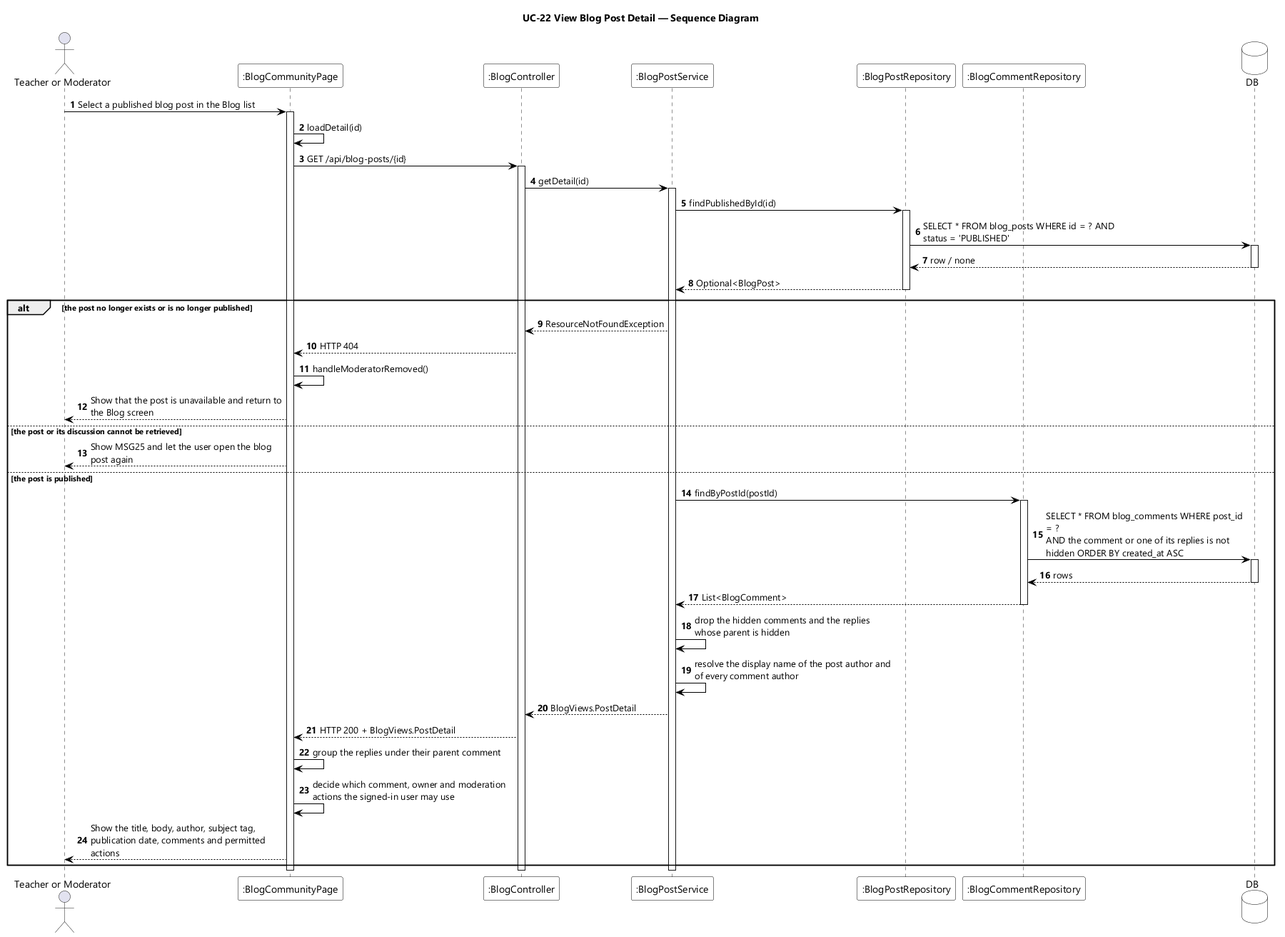
Above: designs/sds-diagrams/uc22/uc22-sequence-diagram.png in EduA-system/EduA-system (PlantUML), before the change. The source it was exported from:
```plantuml
@startuml UC-22 View Blog Post Detail - Sequence Diagram
skinparamlocked dpi 96
skinparam defaultFontName "Segoe UI"
skinparam shadowing false
skinparam ParticipantBackgroundColor #FFFFFF
skinparam ParticipantBorderColor #000000
skinparam DatabaseBackgroundColor #FFFFFF
skinparam DatabaseBorderColor #000000
skinparam ArrowColor #000000
skinparam sequenceMessageAlign left
skinparam maxMessageSize 280
title UC-22 View Blog Post Detail — Sequence Diagram

actor "Teacher or Moderator" as User
participant ":BlogCommunityPage" as UI
participant ":BlogController" as CTL
participant ":BlogPostService" as SVC
participant ":BlogPostRepository" as POSTS
participant ":BlogCommentRepository" as COMMENTS
database DB

autonumber
User -> UI : Select a published blog post in the Blog list
activate UI
UI -> UI : loadDetail(id)
UI -> CTL : GET /api/blog-posts/{id}
activate CTL
CTL -> SVC : getDetail(id)
activate SVC
SVC -> POSTS : findPublishedById(id)
activate POSTS
POSTS -> DB : SELECT * FROM blog_posts WHERE id = ? AND status = 'PUBLISHED'
activate DB
DB --> POSTS : row / none
deactivate DB
POSTS --> SVC : Optional<BlogPost>
deactivate POSTS

alt the post no longer exists or is no longer published
  SVC --> CTL : ResourceNotFoundException
  CTL --> UI : HTTP 404
  UI -> UI : handleModeratorRemoved()
  UI --> User : Show that the post is unavailable and return to the Blog screen

else the post or its discussion cannot be retrieved
  UI --> User : Show MSG25 and let the user open the blog post again

else the post is published
  SVC -> COMMENTS : findByPostId(postId)
  activate COMMENTS
  COMMENTS -> DB : SELECT * FROM blog_comments WHERE post_id = ?\nAND the comment or one of its replies is not hidden ORDER BY created_at ASC
  activate DB
  DB --> COMMENTS : rows
  deactivate DB
  COMMENTS --> SVC : List<BlogComment>
  deactivate COMMENTS
  SVC -> SVC : drop the hidden comments and the replies whose parent is hidden
  SVC -> SVC : resolve the display name of the post author and of every comment author
  SVC --> CTL : BlogViews.PostDetail
  CTL --> UI : HTTP 200 + BlogViews.PostDetail
  UI -> UI : group the replies under their parent comment
  UI -> UI : decide which comment, owner and moderation actions the signed-in user may use
  UI --> User : Show the title, body, author, subject tag, publication date, comments and permitted actions
end
deactivate SVC
deactivate CTL
deactivate UI
@enduml
```
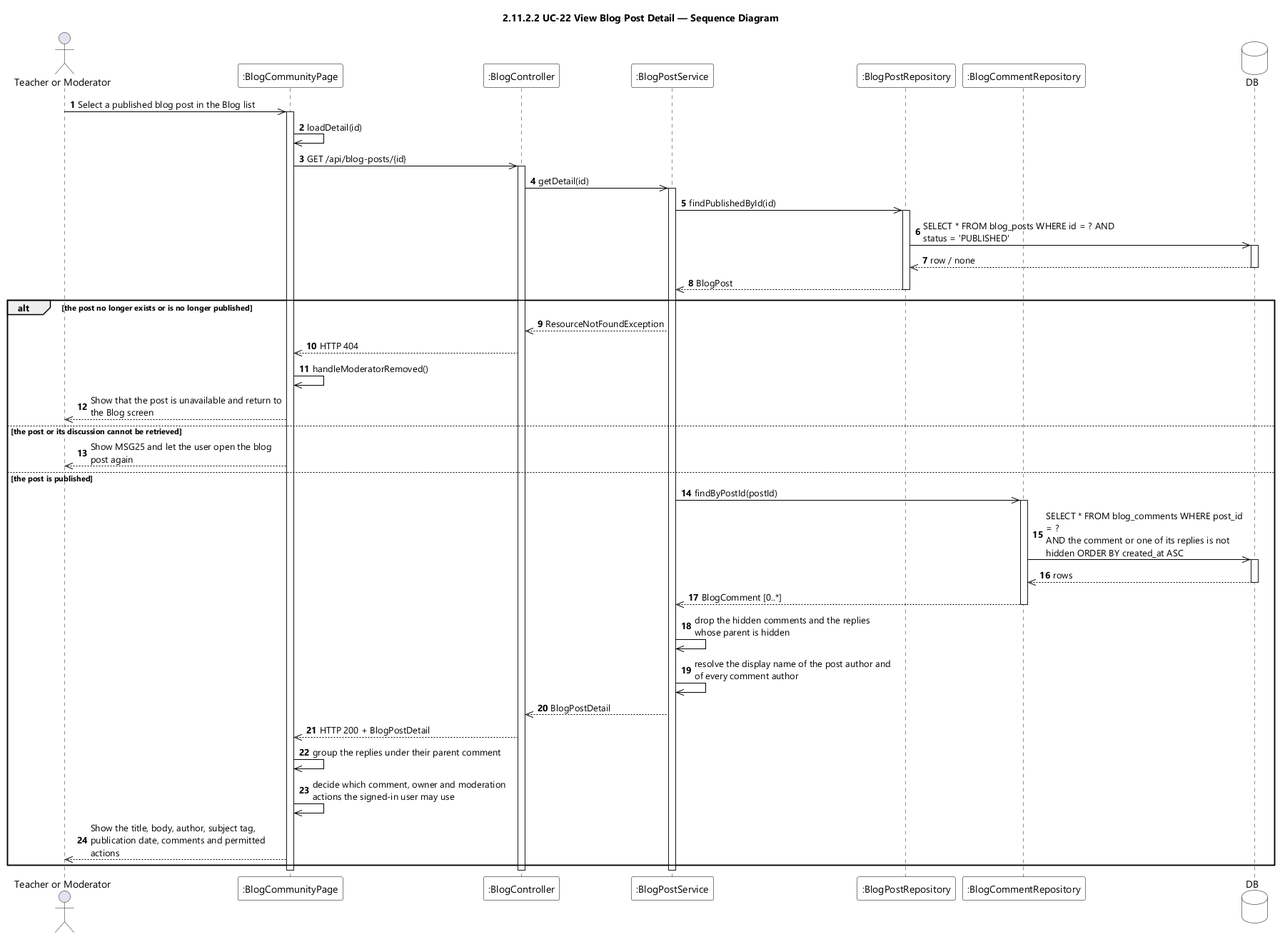
The same file after the commit.

Diff of the diagram source:
```diff
@@ -9,7 +9,7 @@
 skinparam ArrowColor #000000
 skinparam sequenceMessageAlign left
 skinparam maxMessageSize 280
-title UC-22 View Blog Post Detail — Sequence Diagram
+title 2.11.2.2 UC-22 View Blog Post Detail — Sequence Diagram
 
 actor "Teacher or Moderator" as User
 participant ":BlogCommunityPage" as UI
@@ -20,47 +20,47 @@
 database DB
 
 autonumber
-User -> UI : Select a published blog post in the Blog list
+User ->> UI : Select a published blog post in the Blog list
 activate UI
-UI -> UI : loadDetail(id)
-UI -> CTL : GET /api/blog-posts/{id}
+UI ->> UI : loadDetail(id)
+UI ->> CTL : GET /api/blog-posts/{id}
 activate CTL
-CTL -> SVC : getDetail(id)
+CTL ->> SVC : getDetail(id)
 activate SVC
-SVC -> POSTS : findPublishedById(id)
+SVC ->> POSTS : findPublishedById(id)
 activate POSTS
-POSTS -> DB : SELECT * FROM blog_posts WHERE id = ? AND status = 'PUBLISHED'
+POSTS ->> DB : SELECT * FROM blog_posts WHERE id = ? AND status = 'PUBLISHED'
 activate DB
-DB --> POSTS : row / none
+DB -->> POSTS : row / none
 deactivate DB
-POSTS --> SVC : Optional<BlogPost>
+POSTS -->> SVC : BlogPost
 deactivate POSTS
 
 alt the post no longer exists or is no longer published
-  SVC --> CTL : ResourceNotFoundException
-  CTL --> UI : HTTP 404
-  UI -> UI : handleModeratorRemoved()
-  UI --> User : Show that the post is unavailable and return to the Blog screen
+  SVC -->> CTL : ResourceNotFoundException
+  CTL -->> UI : HTTP 404
+  UI ->> UI : handleModeratorRemoved()
+  UI -->> User : Show that the post is unavailable and return to the Blog screen
 
 else the post or its discussion cannot be retrieved
-  UI --> User : Show MSG25 and let the user open the blog post again
+  UI -->> User : Show MSG25 and let the user open the blog post again
 
 else the post is published
-  SVC -> COMMENTS : findByPostId(postId)
+  SVC ->> COMMENTS : findByPostId(postId)
   activate COMMENTS
-  COMMENTS -> DB : SELECT * FROM blog_comments WHERE post_id = ?\nAND the comment or one of its replies is not hidden ORDER BY created_at ASC
+  COMMENTS ->> DB : SELECT * FROM blog_comments WHERE post_id = ?\nAND the comment or one of its replies is not hidden ORDER BY created_at ASC
   activate DB
-  DB --> COMMENTS : rows
+  DB -->> COMMENTS : rows
   deactivate DB
-  COMMENTS --> SVC : List<BlogComment>
+  COMMENTS -->> SVC : BlogComment [0..*]
   deactivate COMMENTS
-  SVC -> SVC : drop the hidden comments and the replies whose parent is hidden
-  SVC -> SVC : resolve the display name of the post author and of every comment author
-  SVC --> CTL : BlogViews.PostDetail
-  CTL --> UI : HTTP 200 + BlogViews.PostDetail
-  UI -> UI : group the replies under their parent comment
-  UI -> UI : decide which comment, owner and moderation actions the signed-in user may use
-  UI --> User : Show the title, body, author, subject tag, publication date, comments and permitted actions
+  SVC ->> SVC : drop the hidden comments and the replies whose parent is hidden
+  SVC ->> SVC : resolve the display name of the post author and of every comment author
+  SVC -->> CTL : BlogPostDetail
+  CTL -->> UI : HTTP 200 + BlogPostDetail
+  UI ->> UI : group the replies under their parent comment
+  UI ->> UI : decide which comment, owner and moderation actions the signed-in user may use
+  UI -->> User : Show the title, body, author, subject tag, publication date, comments and permitted actions
 end
 deactivate SVC
 deactivate CTL
```
